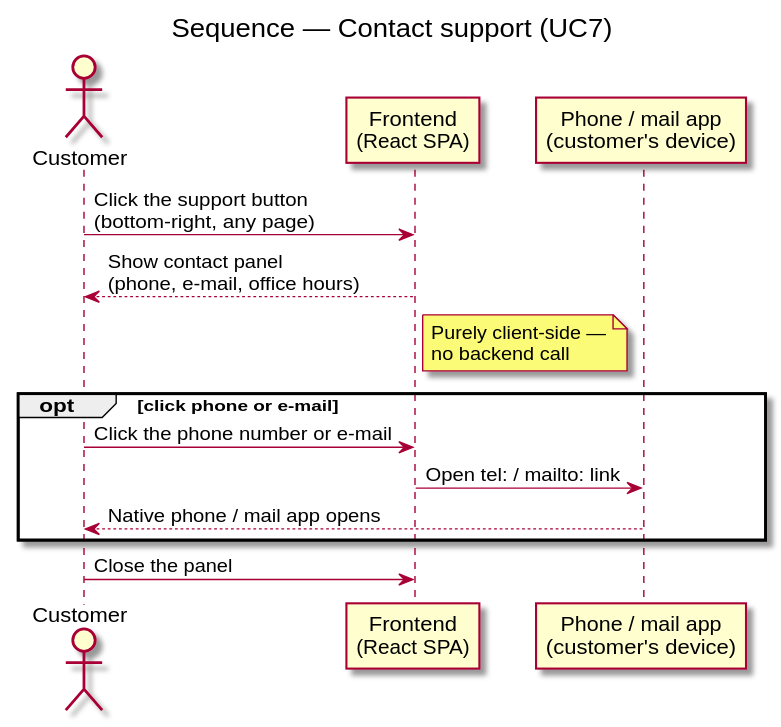
Earlier version of the PlantUML export docs/diagrams/sequence-contact-support.svg (DavidMagyarics/CarRentalVSB).
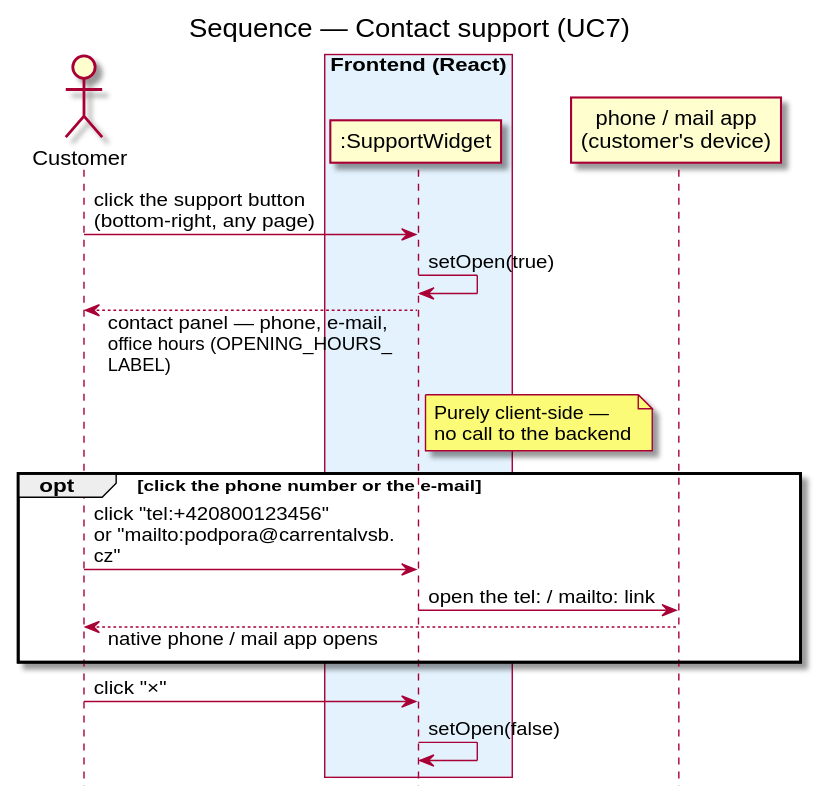
Later version of the same file.

Diff of the diagram source:
```diff
@@ -1,23 +1,30 @@
 @startuml sequence-contact-support
 skinparam backgroundColor white
+skinparam responseMessageBelowArrow true
+skinparam maxMessageSize 220
+hide footbox
 title Sequence — Contact support (UC7)
 
 actor Customer
-participant "Frontend\n(React SPA)" as FE
-participant "Phone / mail app\n(customer's device)" as Device
+box "Frontend (React)" #E3F2FD
+  participant ":SupportWidget" as Widget
+end box
+participant "phone / mail app\n(customer's device)" as Device
 
-Customer -> FE: Click the support button\n(bottom-right, any page)
-FE --> Customer: Show contact panel\n(phone, e-mail, office hours)
-note right of FE
+Customer -> Widget : click the support button\n(bottom-right, any page)
+Widget -> Widget : setOpen(true)
+Widget --> Customer : contact panel — phone, e-mail,\noffice hours (OPENING_HOURS_LABEL)
+note right of Widget
   Purely client-side —
-  no backend call
+  no call to the backend
 end note
 
-opt click phone or e-mail
-  Customer -> FE: Click the phone number or e-mail
-  FE -> Device: Open tel: / mailto: link
-  Device --> Customer: Native phone / mail app opens
+opt click the phone number or the e-mail
+  Customer -> Widget : click "tel:+420800123456"\nor "mailto:podpora@carrentalvsb.cz"
+  Widget -> Device : open the tel: / mailto: link
+  Device --> Customer : native phone / mail app opens
 end
 
-Customer -> FE: Close the panel
+Customer -> Widget : click "×"
+Widget -> Widget : setOpen(false)
 @enduml
```
